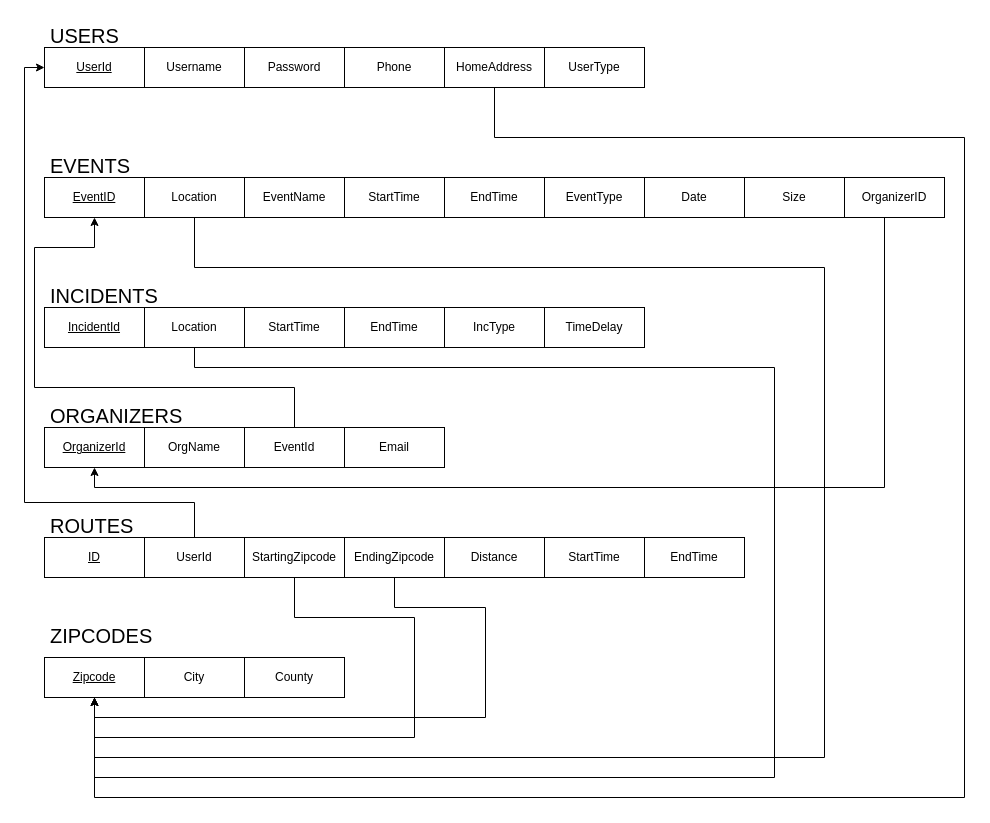
Above: src/TrafficSeeIllustrativeDiagram.drawio in mariababko/TrafficSee (draw.io), before the change. Source tidied: cells renumbered, new cells numbered last; positions are measured from the earlier drawing's top-left corner, leaving out a move shared by most shapes. Both pictures are drawn from the tidied source at 100%, with x=0, y=0 at pixel (24, 17).
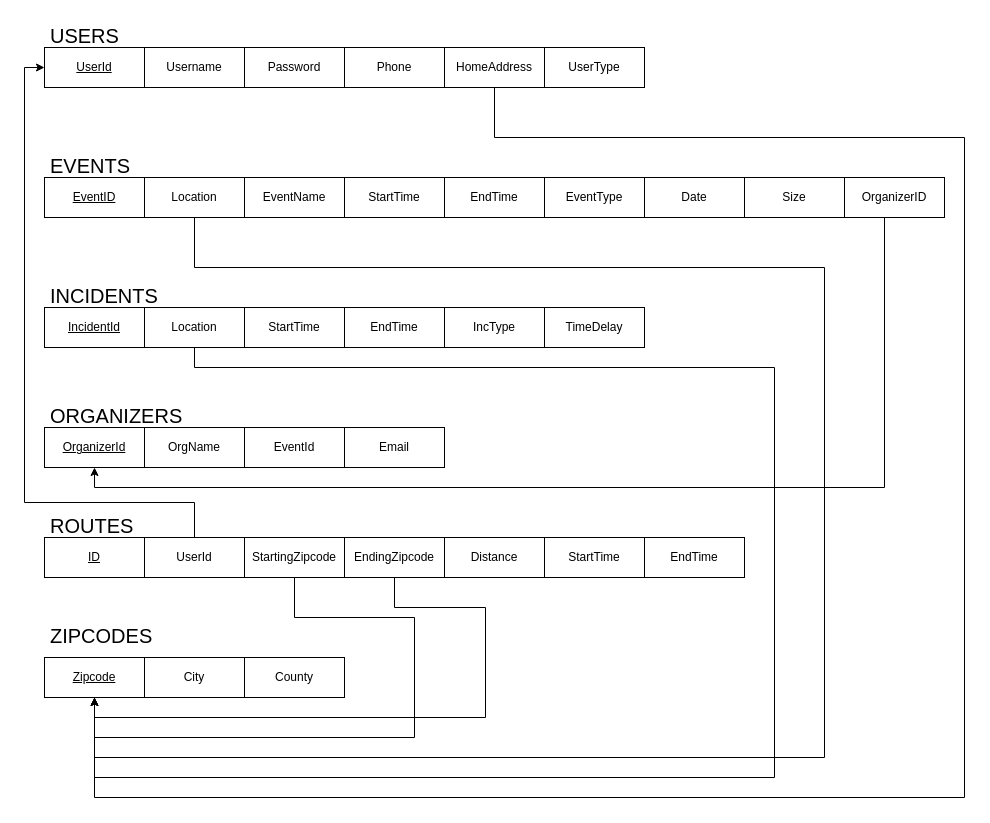
Above is the later version.

The change refers to these unchanged cells:
```xml
<mxCell id="12" value="&lt;u&gt;EventID&lt;/u&gt;" style="whiteSpace=wrap;html=1;align=center;" parent="1" vertex="1">
  <mxGeometry x="20" y="160" width="100" height="40" as="geometry" />
</mxCell>
<mxCell id="29" value="EventId" style="whiteSpace=wrap;html=1;align=center;" parent="1" vertex="1">
  <mxGeometry x="220" y="410" width="100" height="40" as="geometry" />
</mxCell>
```

Diff of the diagram source:
```diff
@@
-    <mxCell id="28" style="edgeStyle=orthogonalEdgeStyle;rounded=0;jettySize=auto;html=1;entryX=0.5;entryY=1;entryDx=0;entryDy=0;" parent="1" edge="1" source="29" target="12">
-      <mxGeometry relative="1" as="geometry">
-        <Array as="points">
-          <mxPoint x="270" y="370" />
-          <mxPoint x="10" y="370" />
-          <mxPoint x="10" y="230" />
-          <mxPoint x="70" y="230" />
-        </Array>
-      </mxGeometry>
-    </mxCell>
```
